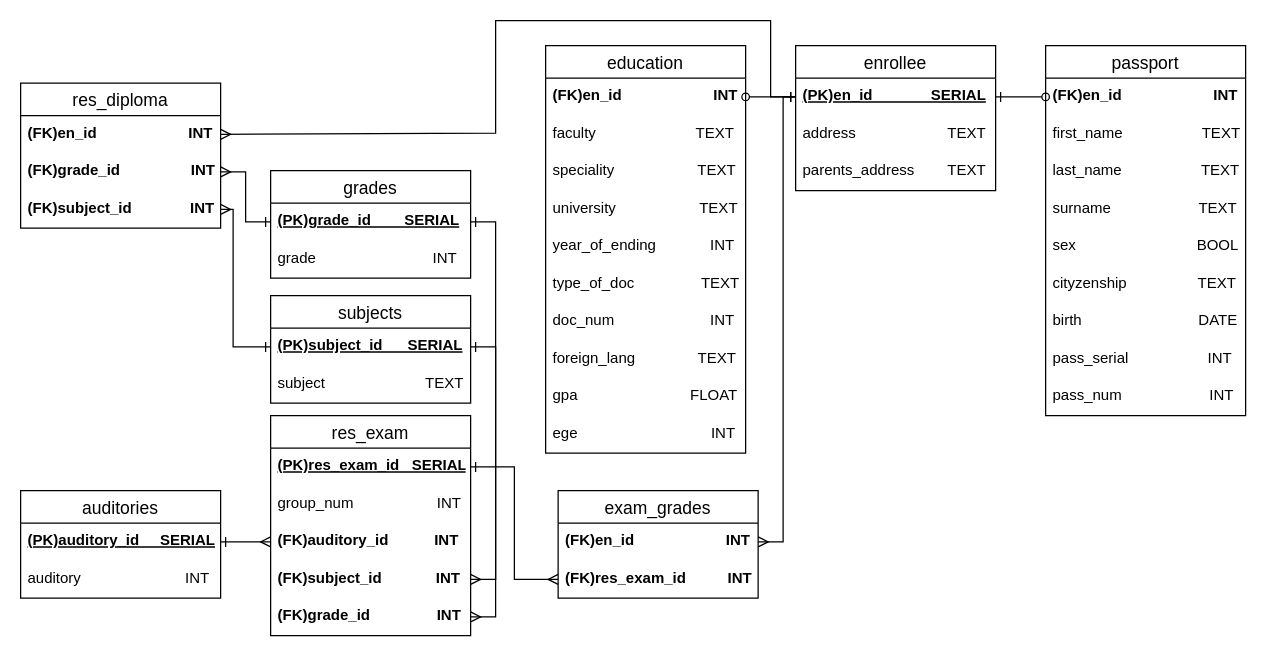
Maestr-o/RPBD1 keeps this draw.io diagram as scheme.drawio. Above is the earlier version. Source tidied: cells renumbered, new cells numbered last; positions are measured from the earlier drawing's top-left corner, leaving out a move shared by most shapes. Both pictures are drawn from the tidied source at 125%, with x=0, y=0 at pixel (20, 20).
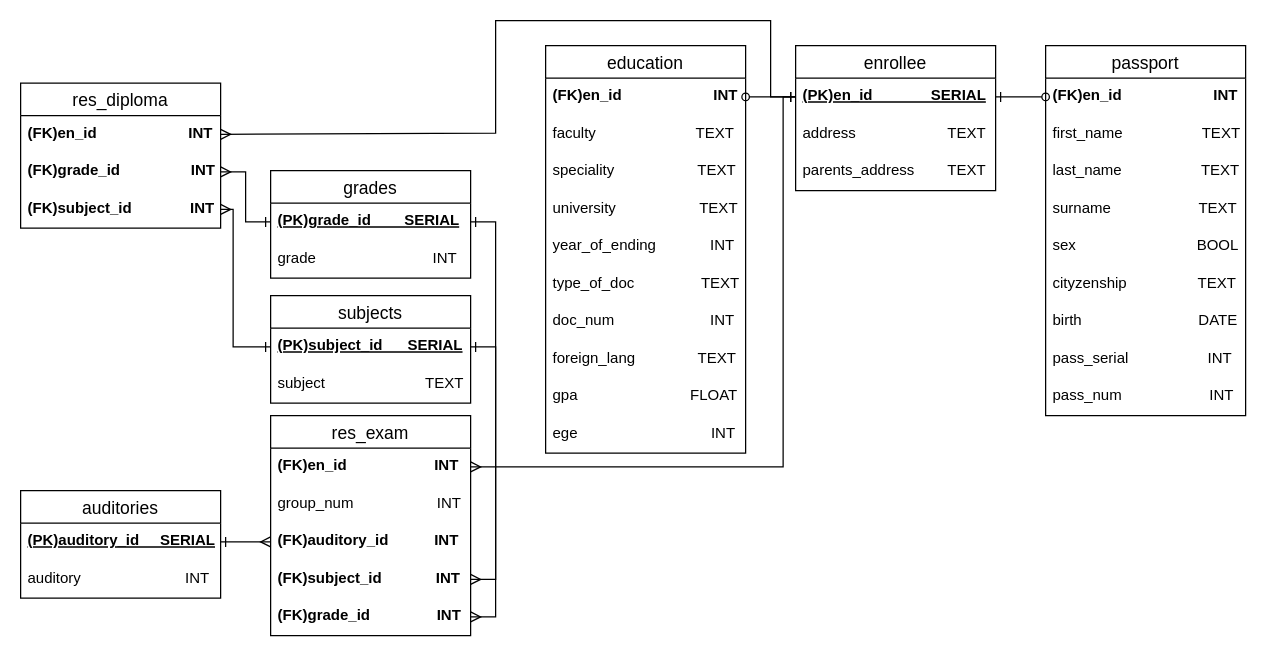
The same diagram, later.

Commit message (it also covers changes not shown here):
Restructured DB, added subentity exam

Unchanged cells that the change refers to:
```xml
<mxCell id="3" value="(PK)en_id              SERIAL" style="text;strokeColor=none;fillColor=none;spacingLeft=4;spacingRight=4;overflow=hidden;points=[[0,0.5],[1,0.5]];portConstraint=eastwest;fontSize=12;fontStyle=5;" parent="2" vertex="1">
  <mxGeometry y="26" width="160" height="30" as="geometry" />
</mxCell>
<mxCell id="42" value="res_exam" style="swimlane;fontStyle=0;horizontal=1;startSize=26;align=center;fontSize=14;" parent="1" vertex="1">
  <mxGeometry x="200" y="316" width="160" height="176" as="geometry" />
</mxCell>
```

Change to the diagram source:
```diff
@@
-    <mxCell id="43" value="(PK)res_exam_id   SERIAL" style="text;strokeColor=none;fillColor=none;spacingLeft=4;spacingRight=4;overflow=hidden;points=[[0,0.5],[1,0.5]];portConstraint=eastwest;fontSize=12;fontStyle=5;" parent="42" vertex="1">
+    <mxCell id="43" value="(FK)en_id                     INT" style="text;strokeColor=none;fillColor=none;spacingLeft=4;spacingRight=4;overflow=hidden;points=[[0,0.5],[1,0.5]];portConstraint=eastwest;fontSize=12;fontStyle=1;" parent="42" vertex="1">
       <mxGeometry y="26" width="160" height="30" as="geometry" />
     </mxCell>
@@
-    <mxCell id="54" value="exam_grades" style="swimlane;fontStyle=0;horizontal=1;startSize=26;align=center;fontSize=14;" parent="1" vertex="1">
-      <mxGeometry x="430" y="376" width="160" height="86" as="geometry" />
-    </mxCell>
-    <mxCell id="55" value="(FK)en_id                      INT" style="text;strokeColor=none;fillColor=none;spacingLeft=4;spacingRight=4;overflow=hidden;points=[[0,0.5],[1,0.5]];portConstraint=eastwest;fontSize=12;fontStyle=1;" parent="54" vertex="1">
-      <mxGeometry y="26" width="160" height="30" as="geometry" />
-    </mxCell>
-    <mxCell id="56" value="(FK)res_exam_id          INT" style="text;strokeColor=none;fillColor=none;spacingLeft=4;spacingRight=4;overflow=hidden;points=[[0,0.5],[1,0.5]];portConstraint=eastwest;fontSize=12;fontStyle=1;" parent="54" vertex="1">
-      <mxGeometry y="56" width="160" height="30" as="geometry" />
-    </mxCell>
-    <mxCell id="57" style="edgeStyle=orthogonalEdgeStyle;rounded=0;jettySize=auto;html=1;exitX=1;exitY=0.5;exitDx=0;exitDy=0;entryX=0;entryY=0.5;entryDx=0;entryDy=0;endArrow=ERone;endFill=0;startArrow=ERmany;startFill=0;" parent="1" edge="1" source="55" target="3">
+    <mxCell id="57" style="edgeStyle=orthogonalEdgeStyle;rounded=0;jettySize=auto;html=1;exitX=1;exitY=0.5;exitDx=0;exitDy=0;entryX=0;entryY=0.5;entryDx=0;entryDy=0;endArrow=ERone;endFill=0;startArrow=ERmany;startFill=0;" parent="1" edge="1" source="43" target="3">
       <mxGeometry relative="1" as="geometry">
         <Array as="points">
-          <mxPoint x="610" y="417" />
+          <mxPoint x="610" y="357" />
           <mxPoint x="610" y="61" />
         </Array>
       </mxGeometry>
     </mxCell>
-    <mxCell id="58" style="edgeStyle=orthogonalEdgeStyle;rounded=0;jettySize=auto;html=1;exitX=1;exitY=0.5;exitDx=0;exitDy=0;entryX=0;entryY=0.5;entryDx=0;entryDy=0;endArrow=ERmany;endFill=0;startArrow=ERone;startFill=0;" parent="1" edge="1" source="43" target="56">
-      <mxGeometry relative="1" as="geometry" />
-    </mxCell>
```
